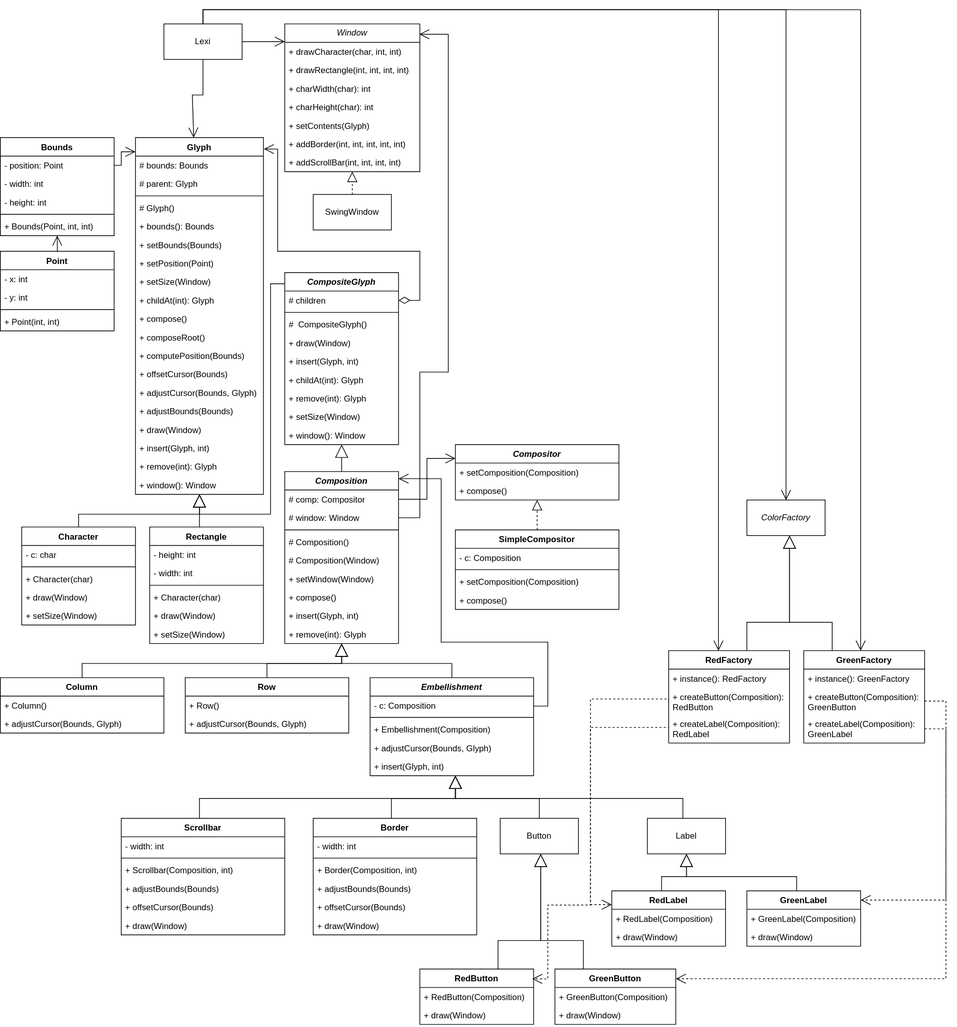
This is UML.svg from IsaacHager/CS472-Lexi, a draw.io export, as it was before one commit. Source tidied: cells renumbered, new cells last; positions are measured from the earlier drawing's top-left corner, leaving out a move shared by most shapes.
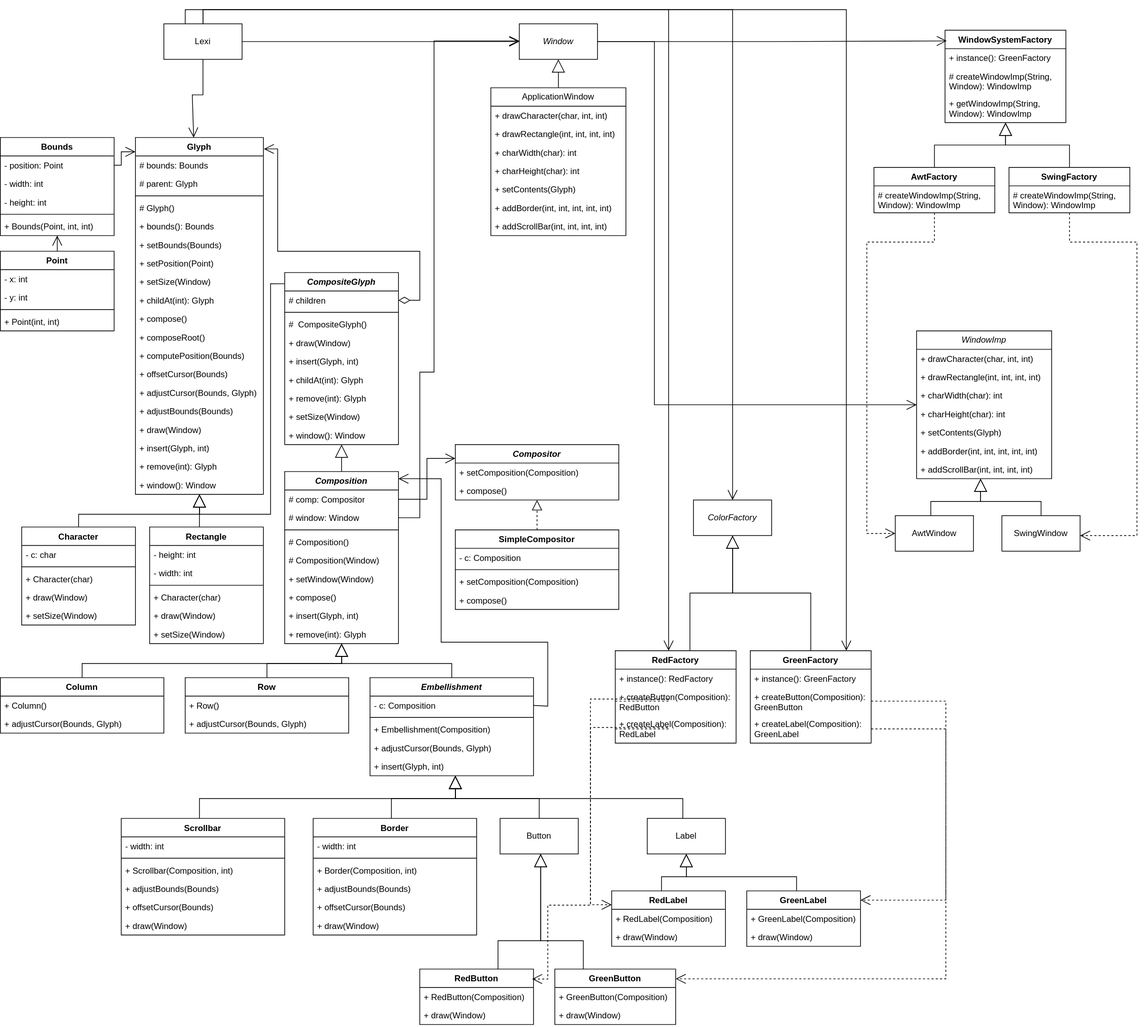
After the change.

What changed in the source:
```diff
@@ -5,37 +5,7 @@
     <mxCell id="2" value="&lt;div&gt;Lexi&lt;/div&gt;" style="html=1;whiteSpace=wrap;" parent="1" vertex="1">
       <mxGeometry x="230" y="20" width="110" height="50" as="geometry" />
     </mxCell>
-    <mxCell id="3" value="&lt;i&gt;Window&lt;/i&gt;" style="swimlane;fontStyle=0;horizontal=1;startSize=26;fillColor=none;whiteSpace=wrap;html=1;" parent="1" vertex="1">
-      <mxGeometry x="400" y="20" width="190" height="208" as="geometry" />
-    </mxCell>
-    <mxCell id="4" value="+ drawCharacter(char, int, int)" style="text;strokeColor=none;fillColor=none;align=left;verticalAlign=top;spacingLeft=4;spacingRight=4;overflow=hidden;whiteSpace=wrap;html=1;" parent="3" vertex="1">
-      <mxGeometry y="26" width="190" height="26" as="geometry" />
-    </mxCell>
-    <mxCell id="5" value="+ drawRectangle(int, int, int, int)" style="text;strokeColor=none;fillColor=none;align=left;verticalAlign=top;spacingLeft=4;spacingRight=4;overflow=hidden;whiteSpace=wrap;html=1;" parent="3" vertex="1">
-      <mxGeometry y="52" width="190" height="26" as="geometry" />
-    </mxCell>
-    <mxCell id="6" value="&lt;div&gt;+ charWidth(char): int&lt;/div&gt;" style="text;strokeColor=none;fillColor=none;align=left;verticalAlign=top;spacingLeft=4;spacingRight=4;overflow=hidden;whiteSpace=wrap;html=1;" parent="3" vertex="1">
-      <mxGeometry y="78" width="190" height="26" as="geometry" />
-    </mxCell>
-    <mxCell id="7" value="+ charHeight(char): int" style="text;strokeColor=none;fillColor=none;align=left;verticalAlign=top;spacingLeft=4;spacingRight=4;overflow=hidden;whiteSpace=wrap;html=1;" parent="3" vertex="1">
-      <mxGeometry y="104" width="190" height="26" as="geometry" />
-    </mxCell>
-    <mxCell id="8" value="+ setContents(Glyph)" style="text;strokeColor=none;fillColor=none;align=left;verticalAlign=top;spacingLeft=4;spacingRight=4;overflow=hidden;whiteSpace=wrap;html=1;" parent="3" vertex="1">
-      <mxGeometry y="130" width="190" height="26" as="geometry" />
-    </mxCell>
-    <mxCell id="9" value="+ addBorder(int, int, int, int, int)" style="text;strokeColor=none;fillColor=none;align=left;verticalAlign=top;spacingLeft=4;spacingRight=4;overflow=hidden;whiteSpace=wrap;html=1;" parent="3" vertex="1">
-      <mxGeometry y="156" width="190" height="26" as="geometry" />
-    </mxCell>
-    <mxCell id="10" value="+ addScrollBar(int, int, int, int)" style="text;strokeColor=none;fillColor=none;align=left;verticalAlign=top;spacingLeft=4;spacingRight=4;overflow=hidden;whiteSpace=wrap;html=1;" parent="3" vertex="1">
-      <mxGeometry y="182" width="190" height="26" as="geometry" />
-    </mxCell>
-    <mxCell id="11" value="SwingWindow" style="html=1;whiteSpace=wrap;" parent="1" vertex="1">
-      <mxGeometry x="440" y="260" width="110" height="50" as="geometry" />
-    </mxCell>
-    <mxCell id="12" style="endArrow=block;dashed=1;endFill=0;endSize=12;html=1;rounded=0;fontSize=12;curved=1;exitX=0.5;exitY=0;exitDx=0;exitDy=0;" parent="1" edge="1" source="11" target="3">
-      <mxGeometry relative="1" as="geometry" />
-    </mxCell>
-    <mxCell id="13" style="endArrow=open;endFill=1;endSize=12;html=1;rounded=0;fontSize=12;curved=0;entryX=0;entryY=0.12;entryDx=0;entryDy=0;entryPerimeter=0;" parent="1" edge="1" source="2" target="3">
+    <mxCell id="13" style="endArrow=open;endFill=1;endSize=12;html=1;rounded=0;fontSize=12;curved=0;" parent="1" edge="1" source="2" target="3">
       <mxGeometry relative="1" as="geometry" />
     </mxCell>
     <mxCell id="14" value="&lt;div&gt;Glyph&lt;/div&gt;" style="swimlane;fontStyle=1;align=center;verticalAlign=top;horizontal=1;startSize=26;whiteSpace=wrap;html=1;" parent="1" vertex="1">
@@ -353,13 +323,13 @@
     <mxCell id="103" style="endArrow=open;endFill=1;endSize=12;html=1;rounded=0;fontSize=12;edgeStyle=orthogonalEdgeStyle;exitX=1;exitY=0.5;exitDx=0;exitDy=0;entryX=0;entryY=0.25;entryDx=0;entryDy=0;" parent="1" edge="1" source="66" target="94">
       <mxGeometry relative="1" as="geometry" />
     </mxCell>
-    <mxCell id="104" style="endArrow=open;endFill=1;endSize=12;html=1;rounded=0;fontSize=12;edgeStyle=orthogonalEdgeStyle;exitX=1;exitY=0.5;exitDx=0;exitDy=0;entryX=0.996;entryY=0.07;entryDx=0;entryDy=0;entryPerimeter=0;" parent="1" edge="1" source="67" target="3">
+    <mxCell id="104" style="endArrow=open;endFill=1;endSize=12;html=1;rounded=0;fontSize=12;edgeStyle=orthogonalEdgeStyle;exitX=1;exitY=0.5;exitDx=0;exitDy=0;" parent="1" edge="1" source="67" target="3">
       <mxGeometry relative="1" as="geometry">
         <Array as="points">
           <mxPoint x="590" y="715" />
           <mxPoint x="590" y="510" />
-          <mxPoint x="630" y="510" />
-          <mxPoint x="630" y="35" />
+          <mxPoint x="610" y="510" />
+          <mxPoint x="610" y="44" />
         </Array>
       </mxGeometry>
     </mxCell>
@@ -549,10 +519,10 @@
       </mxGeometry>
     </mxCell>
     <mxCell id="149" value="&lt;i&gt;ColorFactory&lt;/i&gt;" style="html=1;whiteSpace=wrap;" parent="1" vertex="1">
-      <mxGeometry x="1050" y="690" width="110" height="50" as="geometry" />
+      <mxGeometry x="975" y="690" width="110" height="50" as="geometry" />
     </mxCell>
     <mxCell id="150" value="RedFactory" style="swimlane;fontStyle=1;align=center;verticalAlign=top;horizontal=1;startSize=26;whiteSpace=wrap;html=1;" parent="1" vertex="1">
-      <mxGeometry x="940" y="902" width="170" height="130" as="geometry" />
+      <mxGeometry x="865" y="902" width="170" height="130" as="geometry" />
     </mxCell>
     <mxCell id="151" value="+ instance(): RedFactory" style="text;strokeColor=none;fillColor=none;align=left;verticalAlign=top;spacingLeft=4;spacingRight=4;overflow=hidden;whiteSpace=wrap;html=1;" parent="150" vertex="1">
       <mxGeometry y="26" width="170" height="26" as="geometry" />
@@ -564,7 +534,7 @@
       <mxGeometry y="90" width="170" height="40" as="geometry" />
     </mxCell>
     <mxCell id="154" value="GreenFactory" style="swimlane;fontStyle=1;align=center;verticalAlign=top;horizontal=1;startSize=26;whiteSpace=wrap;html=1;" parent="1" vertex="1">
-      <mxGeometry x="1130" y="902" width="170" height="130" as="geometry" />
+      <mxGeometry x="1055" y="902" width="170" height="130" as="geometry" />
     </mxCell>
     <mxCell id="155" value="+ instance(): GreenFactory" style="text;strokeColor=none;fillColor=none;align=left;verticalAlign=top;spacingLeft=4;spacingRight=4;overflow=hidden;whiteSpace=wrap;html=1;" parent="154" vertex="1">
       <mxGeometry y="26" width="170" height="26" as="geometry" />
@@ -575,22 +545,6 @@
     <mxCell id="157" value="+ createLabel(Composition): GreenLabel" style="text;strokeColor=none;fillColor=none;align=left;verticalAlign=top;spacingLeft=4;spacingRight=4;overflow=hidden;points=[[0,0.5],[1,0.5]];portConstraint=eastwest;whiteSpace=wrap;html=1;" parent="154" vertex="1">
       <mxGeometry y="90" width="170" height="40" as="geometry" />
     </mxCell>
-    <mxCell id="158" style="endArrow=block;endSize=16;endFill=0;html=1;rounded=0;fontSize=12;edgeStyle=orthogonalEdgeStyle;fontStyle=1;" parent="1" edge="1" source="150" target="149">
-      <mxGeometry relative="1" as="geometry">
-        <Array as="points">
-          <mxPoint x="1050" y="862" />
-          <mxPoint x="1110" y="862" />
-        </Array>
-      </mxGeometry>
-    </mxCell>
-    <mxCell id="159" style="endArrow=block;endSize=16;endFill=0;html=1;rounded=0;fontSize=12;edgeStyle=orthogonalEdgeStyle;fontStyle=1;" parent="1" edge="1" source="154" target="149">
-      <mxGeometry relative="1" as="geometry">
-        <Array as="points">
-          <mxPoint x="1170" y="862" />
-          <mxPoint x="1110" y="862" />
-        </Array>
-      </mxGeometry>
-    </mxCell>
     <mxCell id="160" style="endArrow=open;endSize=12;dashed=1;html=1;rounded=0;edgeStyle=orthogonalEdgeStyle;entryX=0;entryY=0.25;entryDx=0;entryDy=0;exitX=0;exitY=0.5;exitDx=0;exitDy=0;" parent="1" edge="1" source="152" target="137">
       <mxGeometry relative="1" as="geometry">
         <Array as="points">
@@ -631,15 +585,16 @@
       <mxGeometry relative="1" as="geometry">
         <Array as="points">
           <mxPoint x="285" />
-          <mxPoint x="1105" />
+          <mxPoint x="1030" />
         </Array>
       </mxGeometry>
     </mxCell>
-    <mxCell id="165" style="endArrow=open;endFill=1;endSize=12;html=1;rounded=0;fontSize=12;edgeStyle=orthogonalEdgeStyle;" parent="1" edge="1" source="2" target="150">
+    <mxCell id="165" style="endArrow=open;endFill=1;endSize=12;html=1;rounded=0;fontSize=12;edgeStyle=orthogonalEdgeStyle;" parent="1" edge="1" target="150">
       <mxGeometry relative="1" as="geometry">
+        <mxPoint x="260" y="20" as="sourcePoint" />
         <Array as="points">
-          <mxPoint x="285" />
-          <mxPoint x="1010" />
+          <mxPoint x="260" />
+          <mxPoint x="940" />
         </Array>
       </mxGeometry>
     </mxCell>
@@ -647,9 +602,153 @@
       <mxGeometry relative="1" as="geometry">
         <Array as="points">
           <mxPoint x="285" />
-          <mxPoint x="1210" />
+          <mxPoint x="1190" />
         </Array>
       </mxGeometry>
     </mxCell>
+    <mxCell id="167" value="ApplicationWindow" style="swimlane;fontStyle=0;horizontal=1;startSize=26;fillColor=none;whiteSpace=wrap;html=1;" parent="1" vertex="1">
+      <mxGeometry x="690" y="110" width="190" height="208" as="geometry" />
+    </mxCell>
+    <mxCell id="168" value="+ drawCharacter(char, int, int)" style="text;strokeColor=none;fillColor=none;align=left;verticalAlign=top;spacingLeft=4;spacingRight=4;overflow=hidden;whiteSpace=wrap;html=1;" parent="167" vertex="1">
+      <mxGeometry y="26" width="190" height="26" as="geometry" />
+    </mxCell>
+    <mxCell id="169" value="+ drawRectangle(int, int, int, int)" style="text;strokeColor=none;fillColor=none;align=left;verticalAlign=top;spacingLeft=4;spacingRight=4;overflow=hidden;whiteSpace=wrap;html=1;" parent="167" vertex="1">
+      <mxGeometry y="52" width="190" height="26" as="geometry" />
+    </mxCell>
+    <mxCell id="170" value="&lt;div&gt;+ charWidth(char): int&lt;/div&gt;" style="text;strokeColor=none;fillColor=none;align=left;verticalAlign=top;spacingLeft=4;spacingRight=4;overflow=hidden;whiteSpace=wrap;html=1;" parent="167" vertex="1">
+      <mxGeometry y="78" width="190" height="26" as="geometry" />
+    </mxCell>
+    <mxCell id="171" value="+ charHeight(char): int" style="text;strokeColor=none;fillColor=none;align=left;verticalAlign=top;spacingLeft=4;spacingRight=4;overflow=hidden;whiteSpace=wrap;html=1;" parent="167" vertex="1">
+      <mxGeometry y="104" width="190" height="26" as="geometry" />
+    </mxCell>
+    <mxCell id="172" value="+ setContents(Glyph)" style="text;strokeColor=none;fillColor=none;align=left;verticalAlign=top;spacingLeft=4;spacingRight=4;overflow=hidden;whiteSpace=wrap;html=1;" parent="167" vertex="1">
+      <mxGeometry y="130" width="190" height="26" as="geometry" />
+    </mxCell>
+    <mxCell id="173" value="+ addBorder(int, int, int, int, int)" style="text;strokeColor=none;fillColor=none;align=left;verticalAlign=top;spacingLeft=4;spacingRight=4;overflow=hidden;whiteSpace=wrap;html=1;" parent="167" vertex="1">
+      <mxGeometry y="156" width="190" height="26" as="geometry" />
+    </mxCell>
+    <mxCell id="174" value="+ addScrollBar(int, int, int, int)" style="text;strokeColor=none;fillColor=none;align=left;verticalAlign=top;spacingLeft=4;spacingRight=4;overflow=hidden;whiteSpace=wrap;html=1;" parent="167" vertex="1">
+      <mxGeometry y="182" width="190" height="26" as="geometry" />
+    </mxCell>
+    <mxCell id="3" value="&lt;div&gt;&lt;i&gt;Window&lt;/i&gt;&lt;/div&gt;" style="html=1;whiteSpace=wrap;" parent="1" vertex="1">
+      <mxGeometry x="730" y="20" width="110" height="50" as="geometry" />
+    </mxCell>
+    <mxCell id="175" value="&lt;i&gt;WindowImp&lt;/i&gt;" style="swimlane;fontStyle=0;horizontal=1;startSize=26;fillColor=none;whiteSpace=wrap;html=1;" parent="1" vertex="1">
+      <mxGeometry x="1289" y="452" width="190" height="208" as="geometry" />
+    </mxCell>
+    <mxCell id="176" value="+ drawCharacter(char, int, int)" style="text;strokeColor=none;fillColor=none;align=left;verticalAlign=top;spacingLeft=4;spacingRight=4;overflow=hidden;whiteSpace=wrap;html=1;" parent="175" vertex="1">
+      <mxGeometry y="26" width="190" height="26" as="geometry" />
+    </mxCell>
+    <mxCell id="177" value="+ drawRectangle(int, int, int, int)" style="text;strokeColor=none;fillColor=none;align=left;verticalAlign=top;spacingLeft=4;spacingRight=4;overflow=hidden;whiteSpace=wrap;html=1;" parent="175" vertex="1">
+      <mxGeometry y="52" width="190" height="26" as="geometry" />
+    </mxCell>
+    <mxCell id="178" value="&lt;div&gt;+ charWidth(char): int&lt;/div&gt;" style="text;strokeColor=none;fillColor=none;align=left;verticalAlign=top;spacingLeft=4;spacingRight=4;overflow=hidden;whiteSpace=wrap;html=1;" parent="175" vertex="1">
+      <mxGeometry y="78" width="190" height="26" as="geometry" />
+    </mxCell>
+    <mxCell id="179" value="+ charHeight(char): int" style="text;strokeColor=none;fillColor=none;align=left;verticalAlign=top;spacingLeft=4;spacingRight=4;overflow=hidden;whiteSpace=wrap;html=1;" parent="175" vertex="1">
+      <mxGeometry y="104" width="190" height="26" as="geometry" />
+    </mxCell>
+    <mxCell id="180" value="+ setContents(Glyph)" style="text;strokeColor=none;fillColor=none;align=left;verticalAlign=top;spacingLeft=4;spacingRight=4;overflow=hidden;whiteSpace=wrap;html=1;" parent="175" vertex="1">
+      <mxGeometry y="130" width="190" height="26" as="geometry" />
+    </mxCell>
+    <mxCell id="181" value="+ addBorder(int, int, int, int, int)" style="text;strokeColor=none;fillColor=none;align=left;verticalAlign=top;spacingLeft=4;spacingRight=4;overflow=hidden;whiteSpace=wrap;html=1;" parent="175" vertex="1">
+      <mxGeometry y="156" width="190" height="26" as="geometry" />
+    </mxCell>
+    <mxCell id="182" value="+ addScrollBar(int, int, int, int)" style="text;strokeColor=none;fillColor=none;align=left;verticalAlign=top;spacingLeft=4;spacingRight=4;overflow=hidden;whiteSpace=wrap;html=1;" parent="175" vertex="1">
+      <mxGeometry y="182" width="190" height="26" as="geometry" />
+    </mxCell>
+    <mxCell id="183" value="&lt;div&gt;AwtWindow&lt;/div&gt;" style="html=1;whiteSpace=wrap;" parent="1" vertex="1">
+      <mxGeometry x="1259" y="712" width="110" height="50" as="geometry" />
+    </mxCell>
+    <mxCell id="11" value="SwingWindow" style="html=1;whiteSpace=wrap;" parent="1" vertex="1">
+      <mxGeometry x="1409" y="712" width="110" height="50" as="geometry" />
+    </mxCell>
+    <mxCell id="184" style="endArrow=block;endSize=16;endFill=0;html=1;rounded=0;fontSize=12;edgeStyle=orthogonalEdgeStyle;fontStyle=1;" parent="1" edge="1" source="11" target="175">
+      <mxGeometry relative="1" as="geometry">
+        <Array as="points">
+          <mxPoint x="1464" y="692" />
+          <mxPoint x="1379" y="692" />
+        </Array>
+      </mxGeometry>
+    </mxCell>
+    <mxCell id="185" style="endArrow=block;endSize=16;endFill=0;html=1;rounded=0;fontSize=12;edgeStyle=orthogonalEdgeStyle;fontStyle=1;" parent="1" edge="1" source="183" target="175">
+      <mxGeometry relative="1" as="geometry">
+        <Array as="points">
+          <mxPoint x="1309" y="692" />
+          <mxPoint x="1379" y="692" />
+        </Array>
+      </mxGeometry>
+    </mxCell>
+    <mxCell id="186" value="AwtFactory" style="swimlane;fontStyle=1;align=center;verticalAlign=top;horizontal=1;startSize=26;whiteSpace=wrap;html=1;" parent="1" vertex="1">
+      <mxGeometry x="1229" y="222" width="170" height="64" as="geometry" />
+    </mxCell>
+    <mxCell id="187" value="# createWindowImp(String, Window): WindowImp" style="text;strokeColor=none;fillColor=none;align=left;verticalAlign=top;spacingLeft=4;spacingRight=4;overflow=hidden;points=[[0,0.5],[1,0.5]];portConstraint=eastwest;whiteSpace=wrap;html=1;" parent="186" vertex="1">
+      <mxGeometry y="26" width="170" height="38" as="geometry" />
+    </mxCell>
+    <mxCell id="188" value="SwingFactory" style="swimlane;fontStyle=1;align=center;verticalAlign=top;horizontal=1;startSize=26;whiteSpace=wrap;html=1;" parent="1" vertex="1">
+      <mxGeometry x="1419" y="222" width="170" height="64" as="geometry" />
+    </mxCell>
+    <mxCell id="189" value="# createWindowImp(String, Window): WindowImp" style="text;strokeColor=none;fillColor=none;align=left;verticalAlign=top;spacingLeft=4;spacingRight=4;overflow=hidden;points=[[0,0.5],[1,0.5]];portConstraint=eastwest;whiteSpace=wrap;html=1;" parent="188" vertex="1">
+      <mxGeometry y="26" width="170" height="38" as="geometry" />
+    </mxCell>
+    <mxCell id="190" value="WindowSystemFactory" style="swimlane;fontStyle=1;align=center;verticalAlign=top;horizontal=1;startSize=26;whiteSpace=wrap;html=1;" parent="1" vertex="1">
+      <mxGeometry x="1329" y="29" width="170" height="130" as="geometry" />
+    </mxCell>
+    <mxCell id="191" value="+ instance(): GreenFactory" style="text;strokeColor=none;fillColor=none;align=left;verticalAlign=top;spacingLeft=4;spacingRight=4;overflow=hidden;whiteSpace=wrap;html=1;" parent="190" vertex="1">
+      <mxGeometry y="26" width="170" height="26" as="geometry" />
+    </mxCell>
+    <mxCell id="192" value="# createWindowImp(String, Window): WindowImp" style="text;strokeColor=none;fillColor=none;align=left;verticalAlign=top;spacingLeft=4;spacingRight=4;overflow=hidden;whiteSpace=wrap;html=1;" parent="190" vertex="1">
+      <mxGeometry y="52" width="170" height="38" as="geometry" />
+    </mxCell>
+    <mxCell id="193" value="+ getWindowImp(String, Window): WindowImp" style="text;strokeColor=none;fillColor=none;align=left;verticalAlign=top;spacingLeft=4;spacingRight=4;overflow=hidden;whiteSpace=wrap;html=1;" parent="190" vertex="1">
+      <mxGeometry y="90" width="170" height="40" as="geometry" />
+    </mxCell>
+    <mxCell id="194" style="endArrow=open;endSize=12;dashed=1;html=1;rounded=0;edgeStyle=orthogonalEdgeStyle;" parent="1" edge="1" source="187" target="183">
+      <mxGeometry relative="1" as="geometry">
+        <Array as="points">
+          <mxPoint x="1219" y="327" />
+          <mxPoint x="1219" y="737" />
+        </Array>
+      </mxGeometry>
+    </mxCell>
+    <mxCell id="195" style="endArrow=open;endSize=12;dashed=1;html=1;rounded=0;edgeStyle=orthogonalEdgeStyle;" parent="1" edge="1" source="189" target="11">
+      <mxGeometry relative="1" as="geometry">
+        <Array as="points">
+          <mxPoint x="1599" y="327" />
+          <mxPoint x="1599" y="740" />
+        </Array>
+      </mxGeometry>
+    </mxCell>
+    <mxCell id="158" style="endArrow=block;endSize=16;endFill=0;html=1;rounded=0;fontSize=12;edgeStyle=orthogonalEdgeStyle;" parent="1" edge="1" source="150" target="149">
+      <mxGeometry relative="1" as="geometry">
+        <Array as="points">
+          <mxPoint x="970" y="821" />
+          <mxPoint x="1030" y="821" />
+        </Array>
+      </mxGeometry>
+    </mxCell>
+    <mxCell id="159" style="endArrow=block;endSize=16;endFill=0;html=1;rounded=0;fontSize=12;edgeStyle=orthogonalEdgeStyle;" parent="1" edge="1" source="154" target="149">
+      <mxGeometry relative="1" as="geometry" />
+    </mxCell>
+    <mxCell id="196" style="endArrow=block;endSize=16;endFill=0;html=1;rounded=0;fontSize=12;edgeStyle=orthogonalEdgeStyle;" parent="1" edge="1" source="167" target="3">
+      <mxGeometry relative="1" as="geometry" />
+    </mxCell>
+    <mxCell id="197" style="endArrow=block;endSize=16;endFill=0;html=1;rounded=0;fontSize=12;edgeStyle=orthogonalEdgeStyle;" parent="1" edge="1" source="186" target="190">
+      <mxGeometry relative="1" as="geometry" />
+    </mxCell>
+    <mxCell id="198" style="endArrow=block;endSize=16;endFill=0;html=1;rounded=0;fontSize=12;edgeStyle=orthogonalEdgeStyle;" parent="1" edge="1" source="188" target="190">
+      <mxGeometry relative="1" as="geometry" />
+    </mxCell>
+    <mxCell id="199" style="endArrow=open;endFill=1;endSize=12;html=1;rounded=0;fontSize=12;edgeStyle=orthogonalEdgeStyle;" parent="1" edge="1" source="3" target="175">
+      <mxGeometry relative="1" as="geometry">
+        <Array as="points">
+          <mxPoint x="920" y="45" />
+          <mxPoint x="920" y="556" />
+        </Array>
+      </mxGeometry>
+    </mxCell>
+    <mxCell id="200" style="endArrow=open;endFill=1;endSize=12;html=1;rounded=0;fontSize=12;edgeStyle=orthogonalEdgeStyle;entryX=0.014;entryY=0.116;entryDx=0;entryDy=0;entryPerimeter=0;" parent="1" edge="1" source="3" target="190">
+      <mxGeometry relative="1" as="geometry" />
+    </mxCell>
   </root>
 </mxGraphModel>
```
